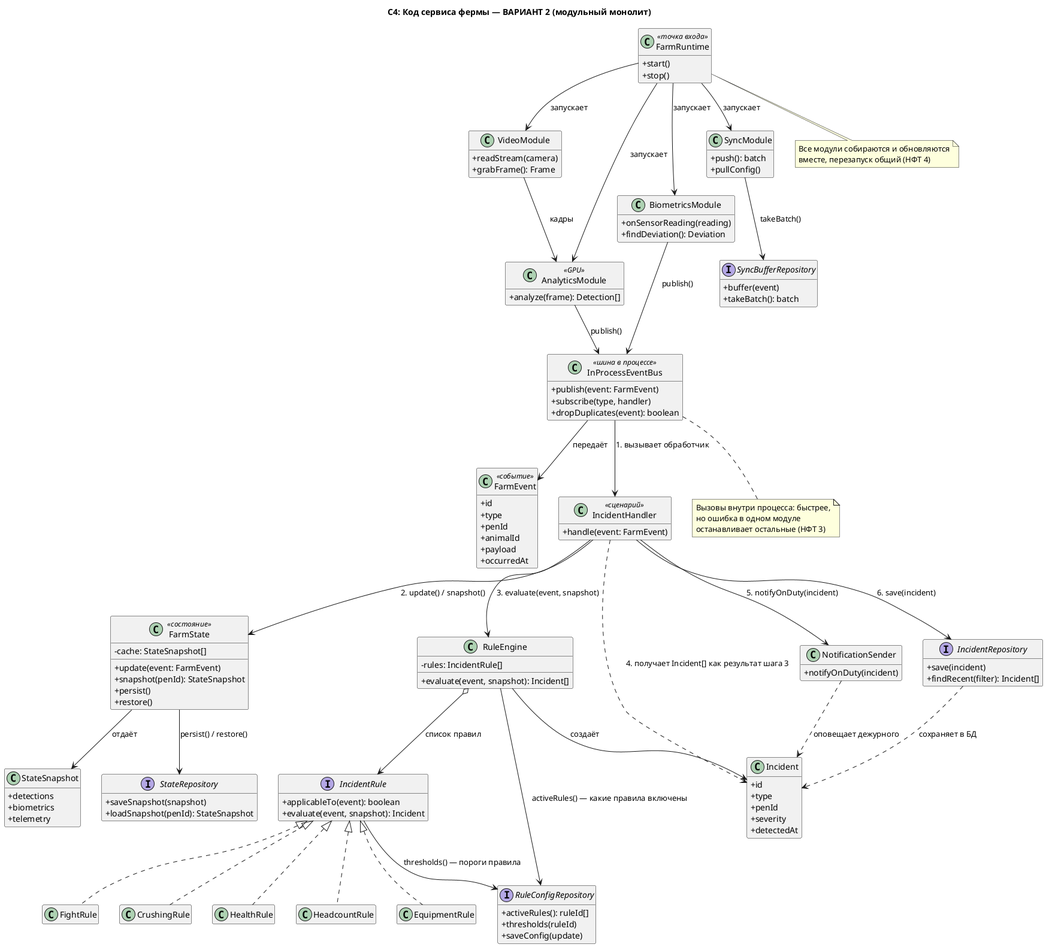
skorogod/MSA-AgroTech keeps this PlantUML diagram as Task3/c4-alternative.png. Above is the earlier version. Source of this version:
```plantuml
@startuml C4_Код_Сервиса_Фермы_Альтернативное_Решение

title C4: Код сервиса фермы — ВАРИАНТ 2 (модульный монолит)

skinparam classAttributeIconSize 0
hide empty members

class FarmRuntime <<точка входа>> {
  +start()
  +stop()
}

class InProcessEventBus <<шина в процессе>> {
  +publish(event: FarmEvent)
  +subscribe(type, handler)
  +dropDuplicates(event): boolean
}

class VideoModule {
  +readStream(camera)
  +grabFrame(): Frame
}

class AnalyticsModule <<GPU>> {
  +analyze(frame): Detection[]
}

class BiometricsModule {
  +onSensorReading(reading)
  +findDeviation(): Deviation
}

class FarmEvent <<событие>> {
  +id
  +type
  +penId
  +animalId
  +payload
  +occurredAt
}

class IncidentHandler <<сценарий>> {
  +handle(event: FarmEvent)
}

class FarmState <<состояние>> {
  -cache: StateSnapshot[]
  +update(event: FarmEvent)
  +snapshot(penId): StateSnapshot
  +persist()
  +restore()
}

class StateSnapshot {
  +detections
  +biometrics
  +telemetry
}

class RuleEngine {
  -rules: IncidentRule[]
  +evaluate(event, snapshot): Incident[]
}

interface IncidentRule {
  +applicableTo(event): boolean
  +evaluate(event, snapshot): Incident
}

class FightRule
class CrushingRule
class HealthRule
class HeadcountRule
class EquipmentRule

class Incident {
  +id
  +type
  +penId
  +severity
  +detectedAt
}

class NotificationSender {
  +notifyOnDuty(incident)
}

interface IncidentRepository {
  +save(incident)
  +findRecent(filter): Incident[]
}

interface StateRepository {
  +saveSnapshot(snapshot)
  +loadSnapshot(penId): StateSnapshot
}

interface RuleConfigRepository {
  +activeRules(): ruleId[]
  +thresholds(ruleId)
  +saveConfig(update)
}

interface SyncBufferRepository {
  +buffer(event)
  +takeBatch(): batch
}

class SyncModule {
  +push(): batch
  +pullConfig()
}

FarmRuntime --> VideoModule : запускает
FarmRuntime --> AnalyticsModule : запускает
FarmRuntime --> BiometricsModule : запускает
FarmRuntime --> SyncModule : запускает
VideoModule --> AnalyticsModule : кадры
AnalyticsModule --> InProcessEventBus : publish()
BiometricsModule --> InProcessEventBus : publish()
InProcessEventBus --> FarmEvent : передаёт
InProcessEventBus --> IncidentHandler : 1. вызывает обработчик
IncidentHandler --> FarmState : 2. update() / snapshot()
FarmState --> StateSnapshot : отдаёт
IncidentHandler --> RuleEngine : 3. evaluate(event, snapshot)
RuleEngine o--> IncidentRule : список правил
IncidentRule <|.. FightRule
IncidentRule <|.. CrushingRule
IncidentRule <|.. HealthRule
IncidentRule <|.. HeadcountRule
IncidentRule <|.. EquipmentRule
RuleEngine --> Incident : создаёт
IncidentHandler ..> Incident : 4. получает Incident[] как результат шага 3
IncidentHandler --> NotificationSender : 5. notifyOnDuty(incident)
IncidentHandler --> IncidentRepository : 6. save(incident)
NotificationSender ..> Incident : оповещает дежурного
IncidentRepository ..> Incident : сохраняет в БД
SyncModule --> SyncBufferRepository : takeBatch()
FarmState --> StateRepository : persist() / restore()
RuleEngine --> RuleConfigRepository : activeRules() — какие правила включены
IncidentRule --> RuleConfigRepository : thresholds() — пороги правила

note bottom of InProcessEventBus
  Вызовы внутри процесса: быстрее,
  но ошибка в одном модуле
  останавливает остальные (НФТ 3)
end note

note bottom of FarmRuntime
  Все модули собираются и обновляются
  вместе, перезапуск общий (НФТ 4)
end note

@enduml
```
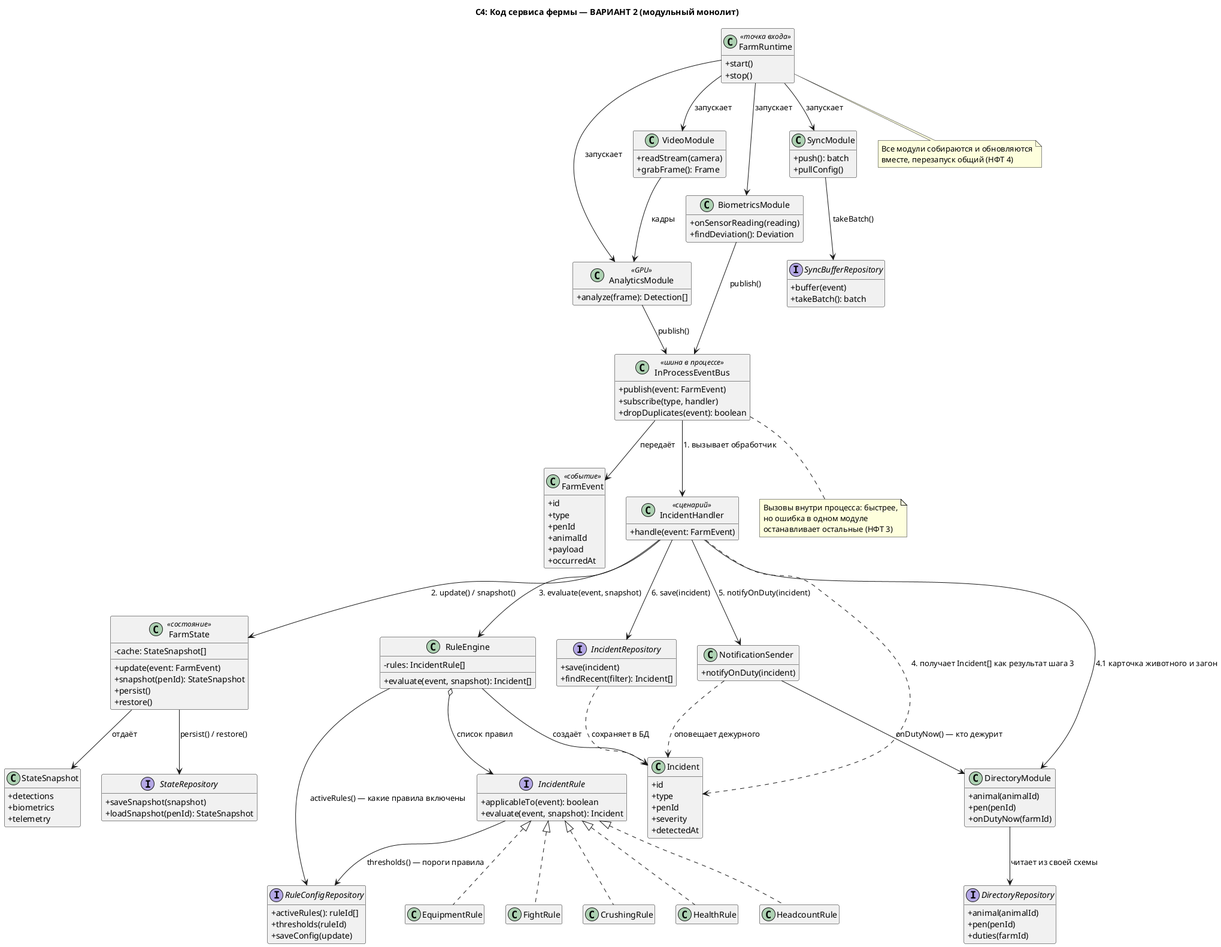
The same diagram one commit later.

Change to the diagram source:
```diff
@@ -85,6 +85,12 @@
   +notifyOnDuty(incident)
 }
 
+class DirectoryModule {
+  +animal(animalId)
+  +pen(penId)
+  +onDutyNow(farmId)
+}
+
 interface IncidentRepository {
   +save(incident)
   +findRecent(filter): Incident[]
@@ -104,6 +110,12 @@
 interface SyncBufferRepository {
   +buffer(event)
   +takeBatch(): batch
+}
+
+interface DirectoryRepository {
+  +animal(animalId)
+  +pen(penId)
+  +duties(farmId)
 }
 
 class SyncModule {
@@ -131,7 +143,10 @@
 IncidentRule <|.. EquipmentRule
 RuleEngine --> Incident : создаёт
 IncidentHandler ..> Incident : 4. получает Incident[] как результат шага 3
+IncidentHandler --> DirectoryModule : 4.1 карточка животного и загон
 IncidentHandler --> NotificationSender : 5. notifyOnDuty(incident)
+NotificationSender --> DirectoryModule : onDutyNow() — кто дежурит
+DirectoryModule --> DirectoryRepository : читает из своей схемы
 IncidentHandler --> IncidentRepository : 6. save(incident)
 NotificationSender ..> Incident : оповещает дежурного
 IncidentRepository ..> Incident : сохраняет в БД
```
